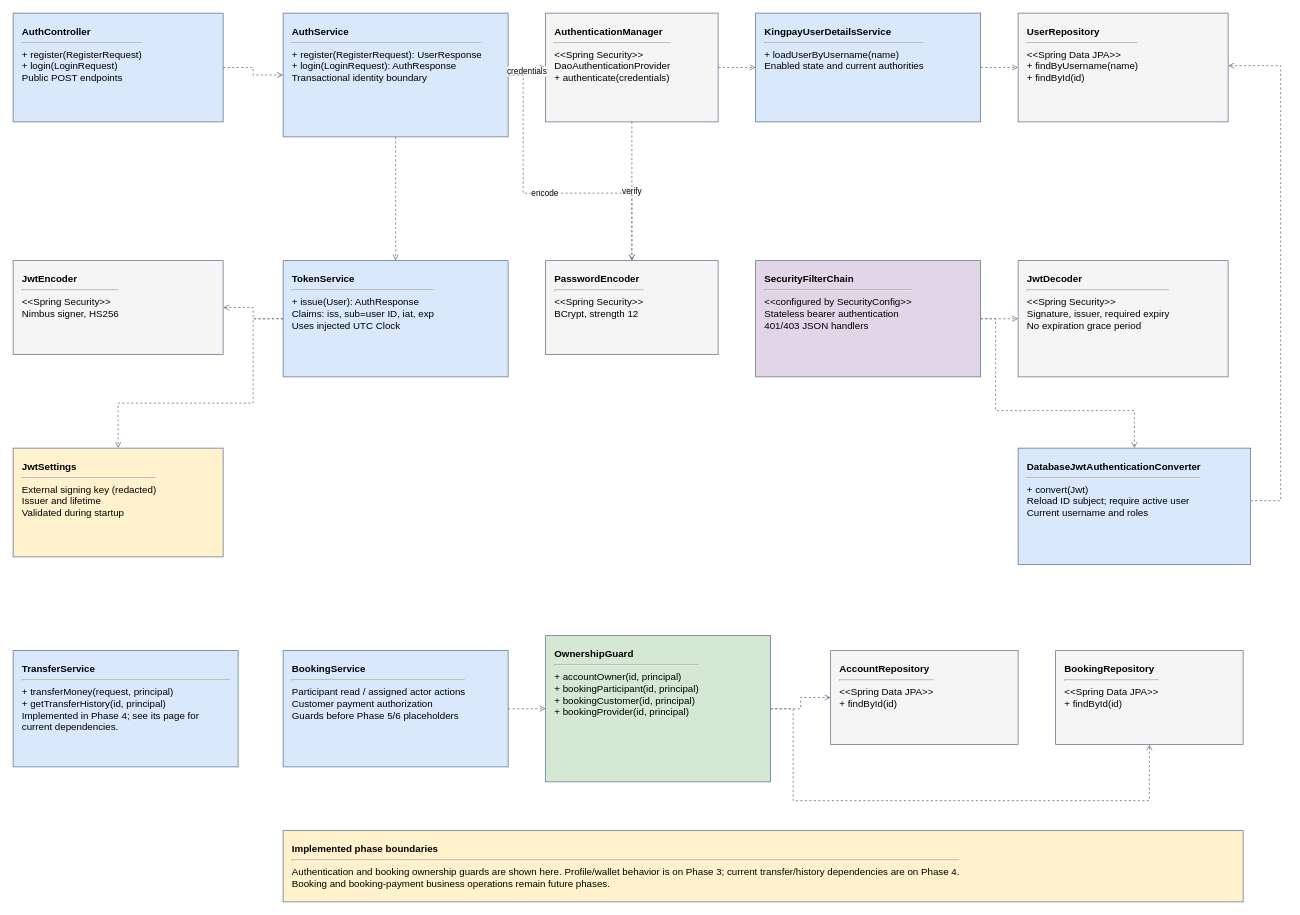
This is page "Phase 2 security" (2 of 5) of Kingpay.drawio from ezra-jeo/MCO1-ezra-jeo, a draw.io file, before an edit. Source tidied: cells renumbered, new cells numbered last; positions are measured from the earlier drawing's top-left corner, leaving out a move shared by most shapes. Both pictures are drawn from the tidied source at 75%, with x=0, y=0 at pixel (13, 13).
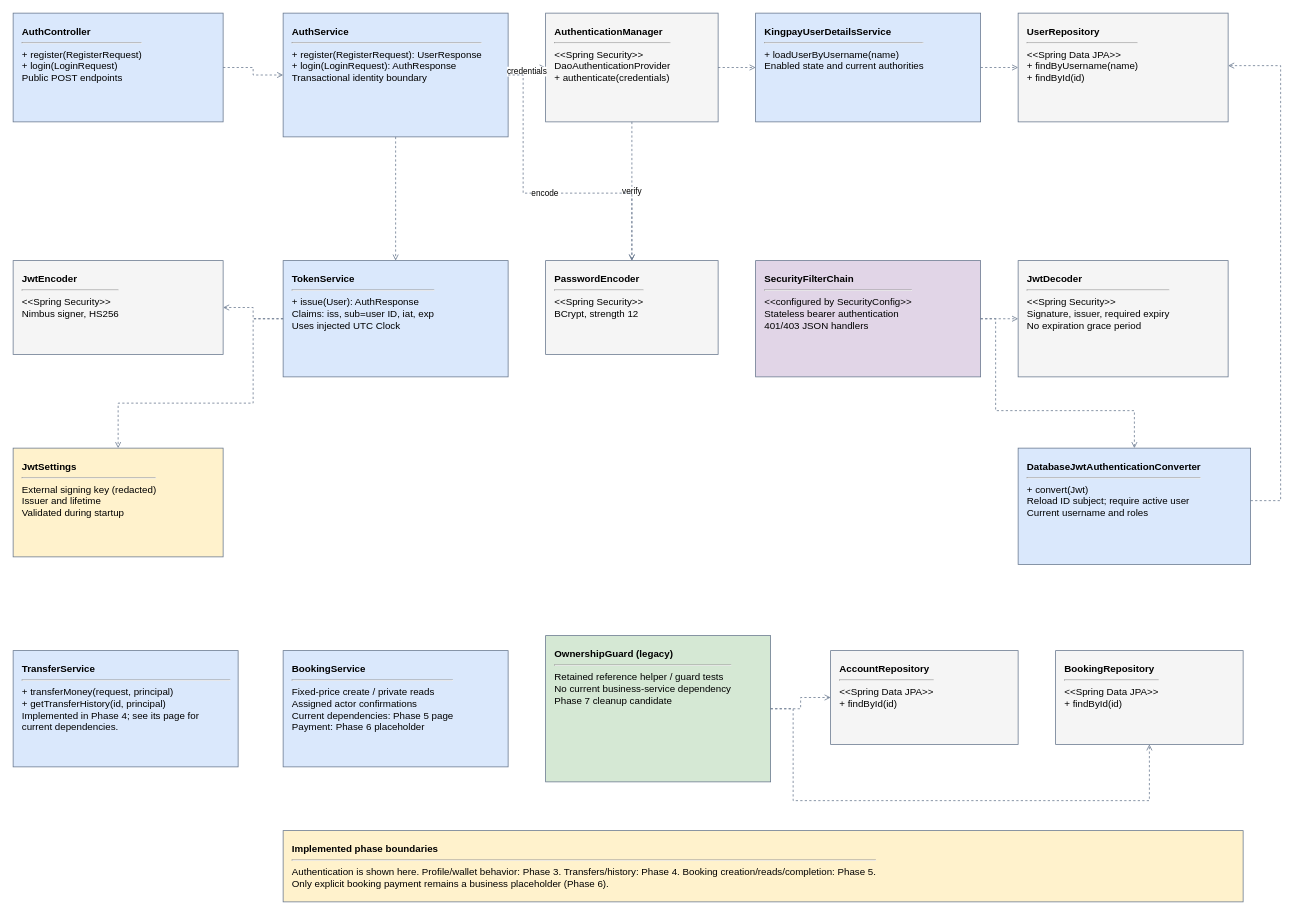
The same page after the edit.

Change to the diagram source:
```diff
@@
-    <mxCell id="15" value="&lt;b&gt;BookingService&lt;/b&gt;&lt;hr&gt;Participant read / assigned actor actions&lt;br&gt;Customer payment authorization&lt;br&gt;Guards before Phase 5/6 placeholders" style="html=1;whiteSpace=wrap;rounded=0;align=left;verticalAlign=top;spacing=12;fontSize=13;fontFamily=Helvetica;strokeColor=#64748B;fillColor=#DAE8FC;" parent="1" vertex="1">
+    <mxCell id="15" value="&lt;b&gt;BookingService&lt;/b&gt;&lt;hr&gt;Fixed-price create / private reads&lt;br&gt;Assigned actor confirmations&lt;br&gt;Current dependencies: Phase 5 page&lt;br&gt;Payment: Phase 6 placeholder" style="html=1;whiteSpace=wrap;rounded=0;align=left;verticalAlign=top;spacing=12;fontSize=13;fontFamily=Helvetica;strokeColor=#64748B;fillColor=#DAE8FC;" parent="1" vertex="1">
       <mxGeometry x="360" y="850" width="300" height="155" as="geometry" />
     </mxCell>
-    <mxCell id="16" value="&lt;b&gt;OwnershipGuard&lt;/b&gt;&lt;hr&gt;+ accountOwner(id, principal)&lt;br&gt;+ bookingParticipant(id, principal)&lt;br&gt;+ bookingCustomer(id, principal)&lt;br&gt;+ bookingProvider(id, principal)" style="html=1;whiteSpace=wrap;rounded=0;align=left;verticalAlign=top;spacing=12;fontSize=13;fontFamily=Helvetica;strokeColor=#64748B;fillColor=#D5E8D4;" parent="1" vertex="1">
+    <mxCell id="16" value="&lt;b&gt;OwnershipGuard (legacy)&lt;/b&gt;&lt;hr&gt;Retained reference helper / guard tests&lt;br&gt;No current business-service dependency&lt;br&gt;Phase 7 cleanup candidate" style="html=1;whiteSpace=wrap;rounded=0;align=left;verticalAlign=top;spacing=12;fontSize=13;fontFamily=Helvetica;strokeColor=#64748B;fillColor=#D5E8D4;" parent="1" vertex="1">
       <mxGeometry x="710" y="830" width="300" height="195" as="geometry" />
     </mxCell>
@@
-    <mxCell id="19" value="&lt;b&gt;Implemented phase boundaries&lt;/b&gt;&lt;hr&gt;Authentication and booking ownership guards are shown here. Profile/wallet behavior is on Phase 3; current transfer/history dependencies are on Phase 4.&lt;br&gt;Booking and booking-payment business operations remain future phases." style="html=1;whiteSpace=wrap;rounded=0;align=left;verticalAlign=top;spacing=12;fontSize=13;fontFamily=Helvetica;strokeColor=#64748B;fillColor=#FFF2CC;" parent="1" vertex="1">
+    <mxCell id="19" value="&lt;b&gt;Implemented phase boundaries&lt;/b&gt;&lt;hr&gt;Authentication is shown here. Profile/wallet behavior: Phase 3. Transfers/history: Phase 4. Booking creation/reads/completion: Phase 5.&lt;br&gt;Only explicit booking payment remains a business placeholder (Phase 6)." style="html=1;whiteSpace=wrap;rounded=0;align=left;verticalAlign=top;spacing=12;fontSize=13;fontFamily=Helvetica;strokeColor=#64748B;fillColor=#FFF2CC;" parent="1" vertex="1">
       <mxGeometry x="360" y="1090" width="1280" height="95" as="geometry" />
     </mxCell>
@@
-    <mxCell id="32" style="edgeStyle=orthogonalEdgeStyle;rounded=0;html=1;dashed=1;endArrow=open;endFill=0;strokeColor=#64748B;fontSize=11;labelBackgroundColor=#FFFFFF;" parent="1" edge="1" source="15" target="16">
-      <mxGeometry relative="1" as="geometry" />
-    </mxCell>
```
